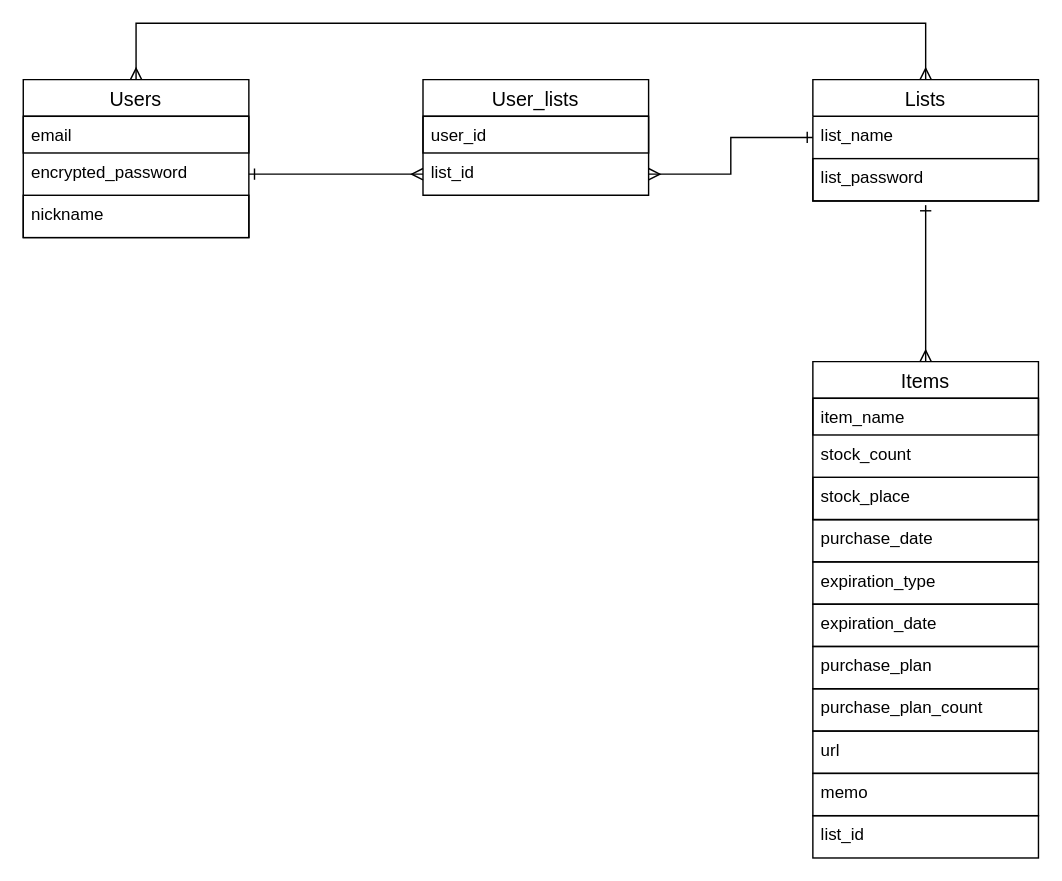
The draw.io diagram er.dio in nagataku26/life-stocker, before the edit. Source tidied: cells renumbered, new cells numbered last; positions are measured from the earlier drawing's top-left corner, leaving out a move shared by most shapes. Both pictures are drawn from the tidied source at 141%, with x=0, y=0 at pixel (23, 23).
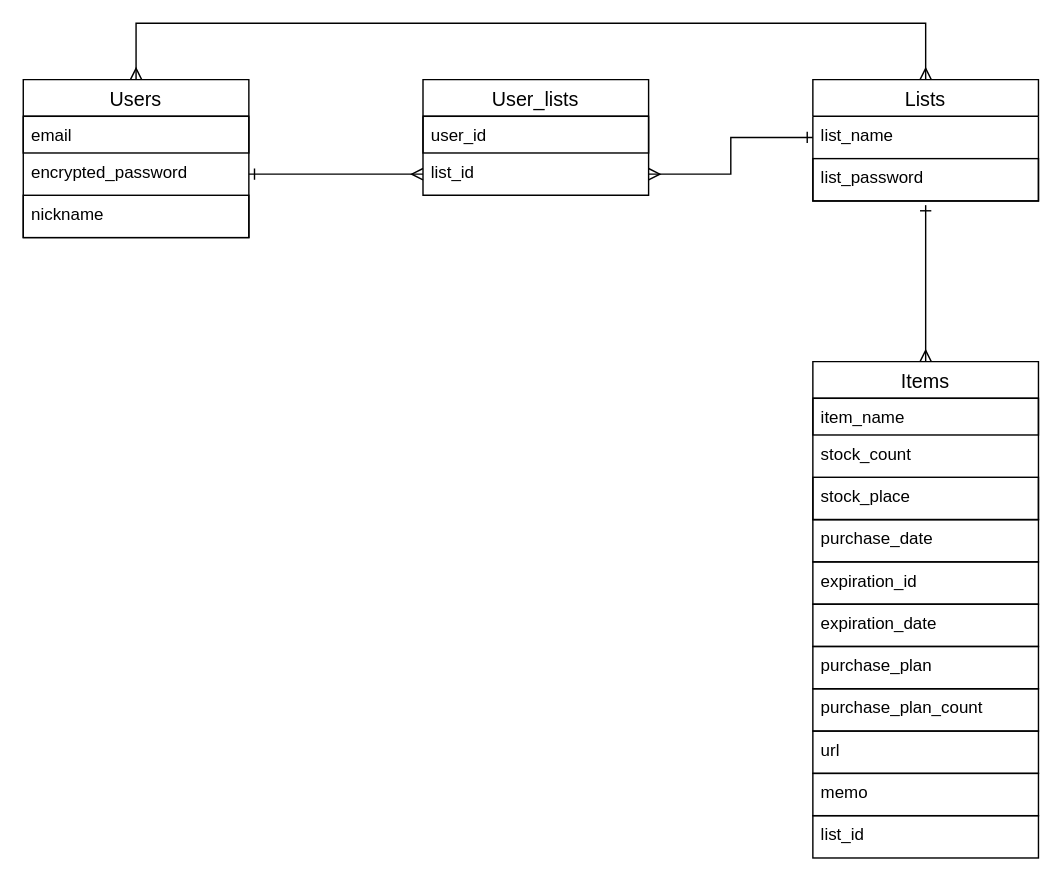
The same diagram, later.

The edit, as a diff of the source:
```diff
@@
-    <mxCell id="21" value="expiration_type" style="text;strokeColor=default;fillColor=none;spacingLeft=4;spacingRight=4;overflow=hidden;fontSize=12;" parent="1" vertex="1">
+    <mxCell id="21" value="expiration_id" style="text;strokeColor=default;fillColor=none;spacingLeft=4;spacingRight=4;overflow=hidden;fontSize=12;" parent="1" vertex="1">
       <mxGeometry x="560" y="382" width="160" height="30" as="geometry" />
     </mxCell>
```
